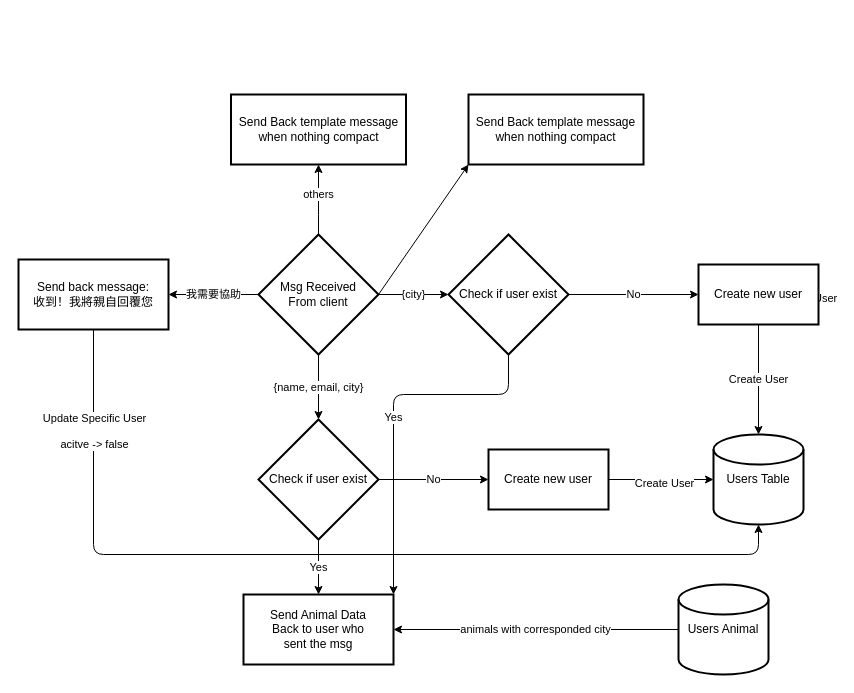
This is backend/Diagram/user.drawio from ctchen222/FurFriend-Finder, a draw.io file, before an edit. Source tidied: cells renumbered, new cells numbered last; positions are measured from the earlier drawing's top-left corner, leaving out a move shared by most shapes. Both pictures are drawn from the tidied source at 100%, with x=0, y=0 at pixel (18, 94).
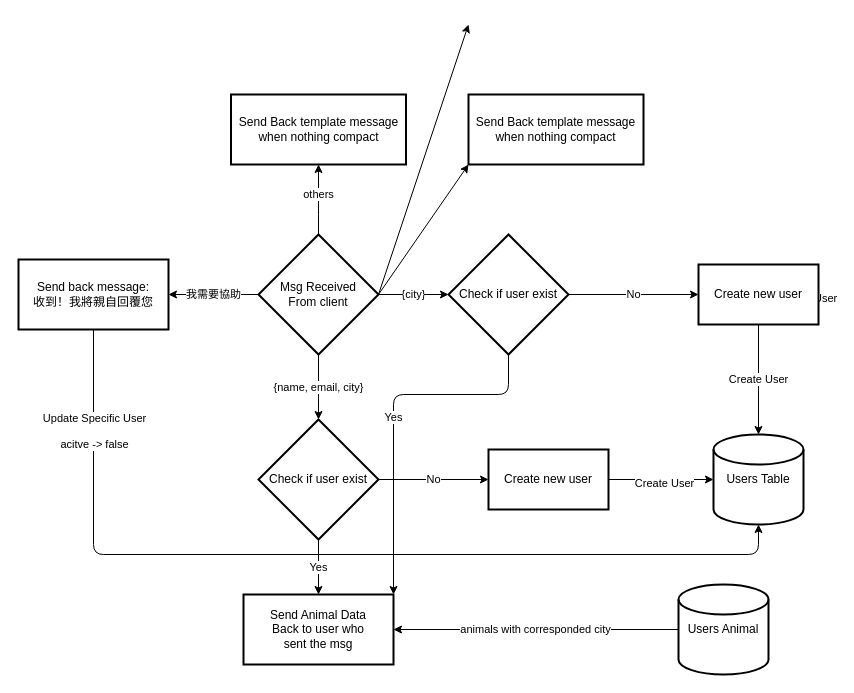
The same page after the edit.

The change refers to these unchanged cells:
```xml
<mxCell id="7" value="Msg Received&lt;br&gt;From client" style="strokeWidth=2;html=1;shape=mxgraph.flowchart.decision;whiteSpace=wrap;" parent="1" vertex="1">
  <mxGeometry x="240" y="140" width="120" height="120" as="geometry" />
</mxCell>
```

Change to the diagram source:
```diff
@@
+    <mxCell id="29" style="edgeStyle=none;html=1;exitX=1;exitY=0.5;exitDx=0;exitDy=0;exitPerimeter=0;" parent="1" edge="1" source="7">
+      <mxGeometry relative="1" as="geometry">
+        <mxPoint x="450" y="-70" as="targetPoint" />
+      </mxGeometry>
+    </mxCell>
```
